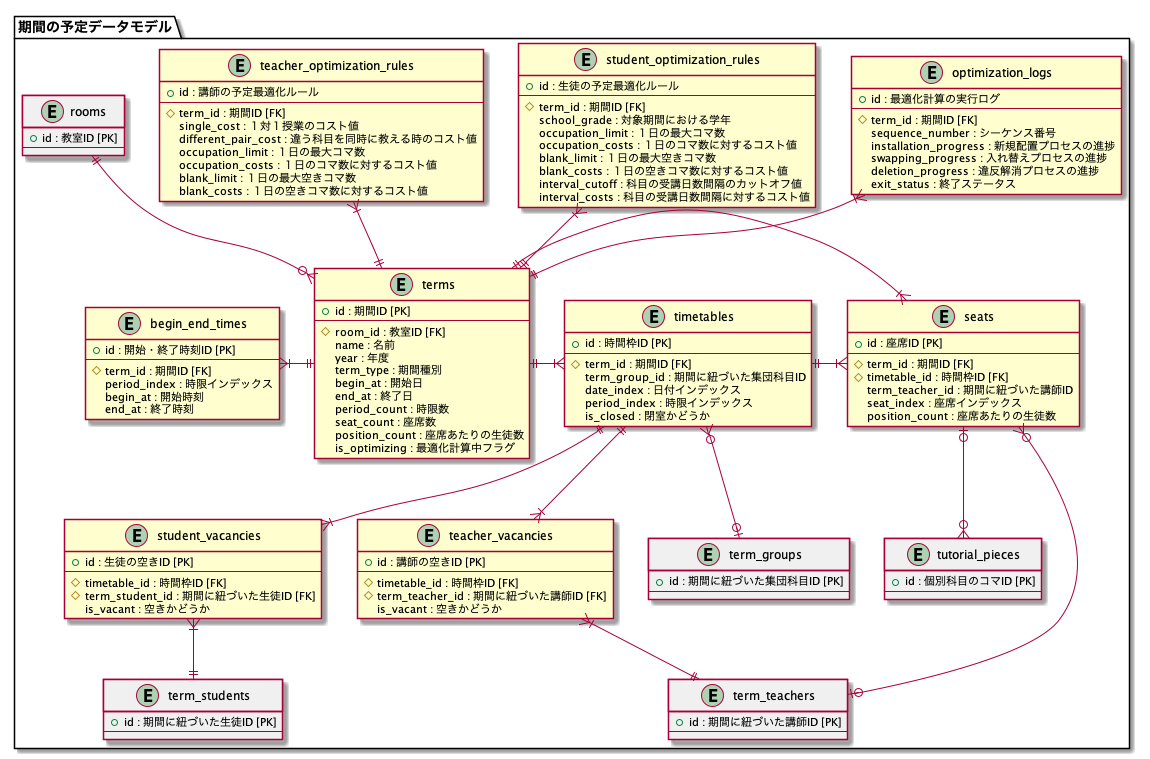
Earlier version of the PlantUML export application/doc/term_schedule_data_model.png (mass584/rakuraku_komagumi).
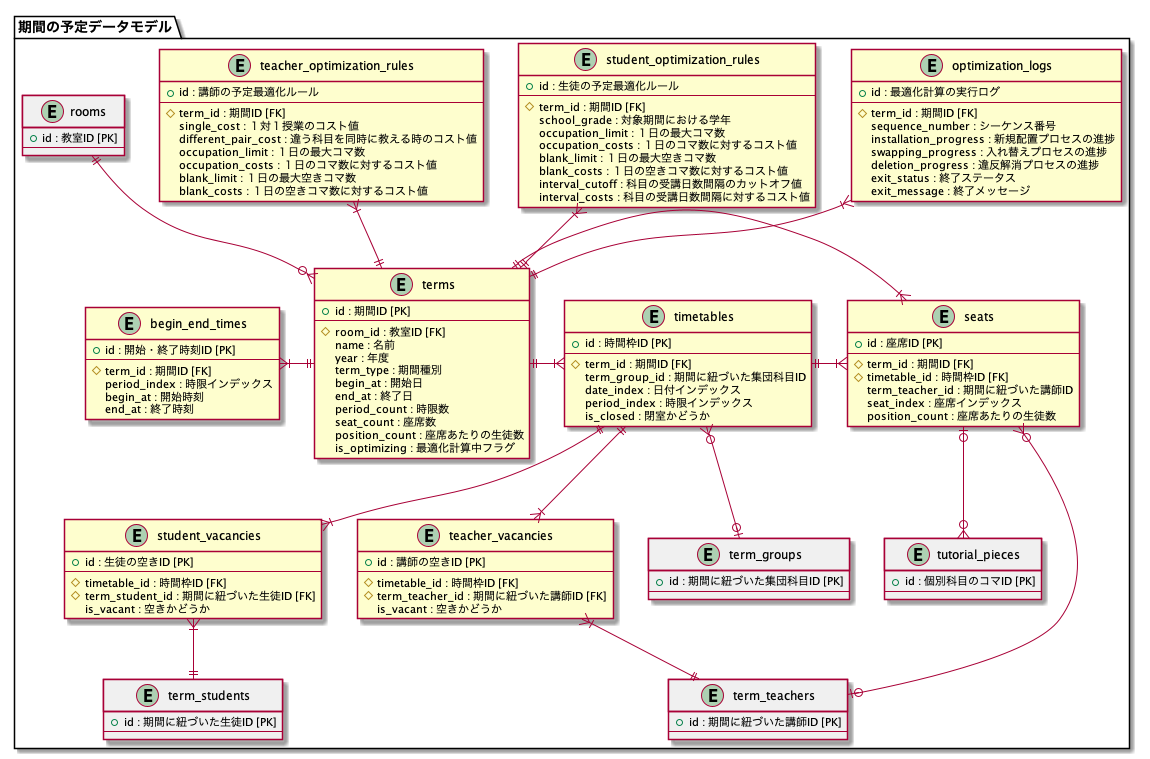
Above is the later version.

Commit message:
終了メッセージ追加

What changed in the source:
```diff
@@ -55,6 +55,7 @@
     swapping_progress : 入れ替えプロセスの進捗
     deletion_progress : 違反解消プロセスの進捗
     exit_status : 終了ステータス
+    exit_message : 終了メッセージ
   }
 
   entity "term_students" #F0F0F0 {
```
